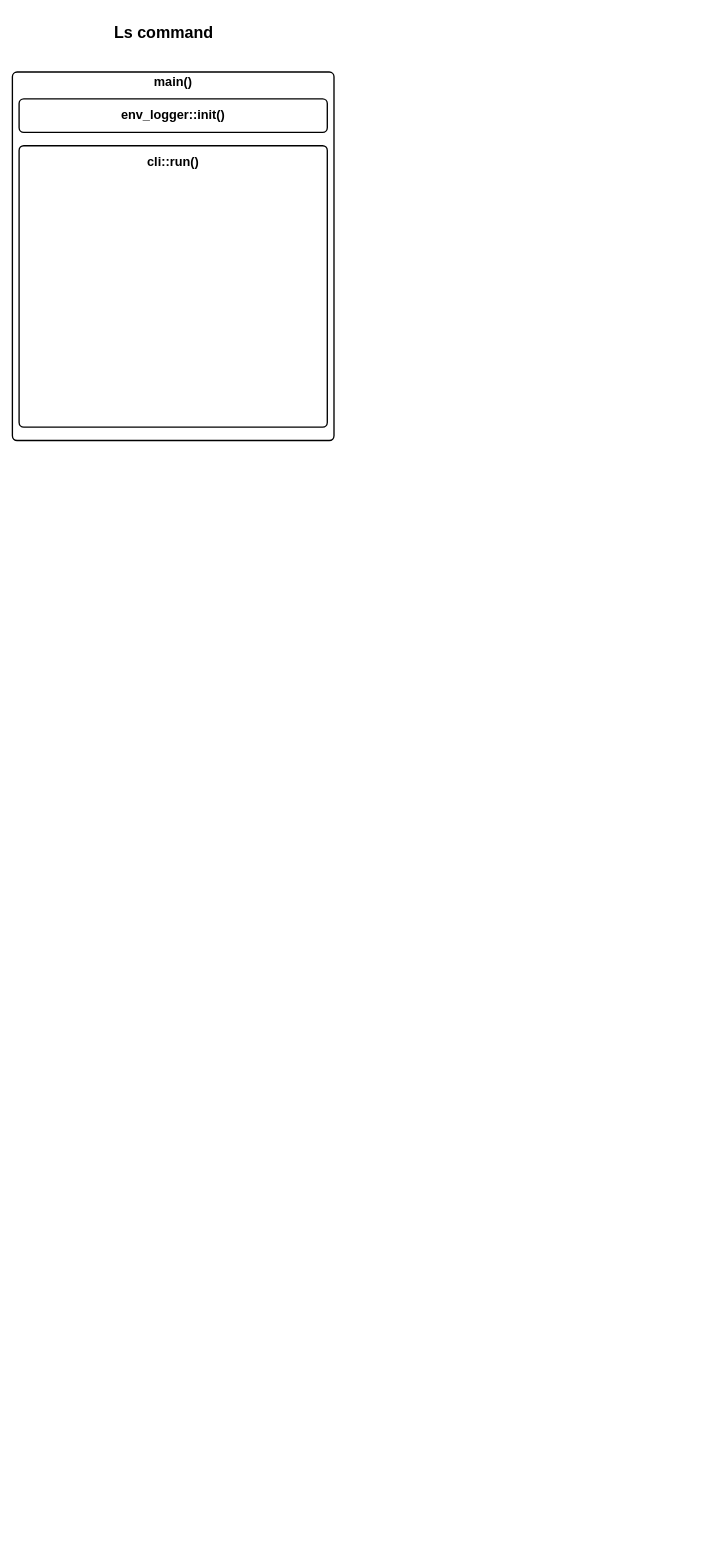
coffee-only/CalendarProject keeps this draw.io diagram as doc/diagrams/ls command for flow chart.drawio. Above is the earlier version. Source tidied: cells renumbered, new cells numbered last; positions are measured from the earlier drawing's top-left corner, leaving out a move shared by most shapes. Both pictures are drawn from the tidied source at 67%, with x=0, y=0 at pixel (12, 18).
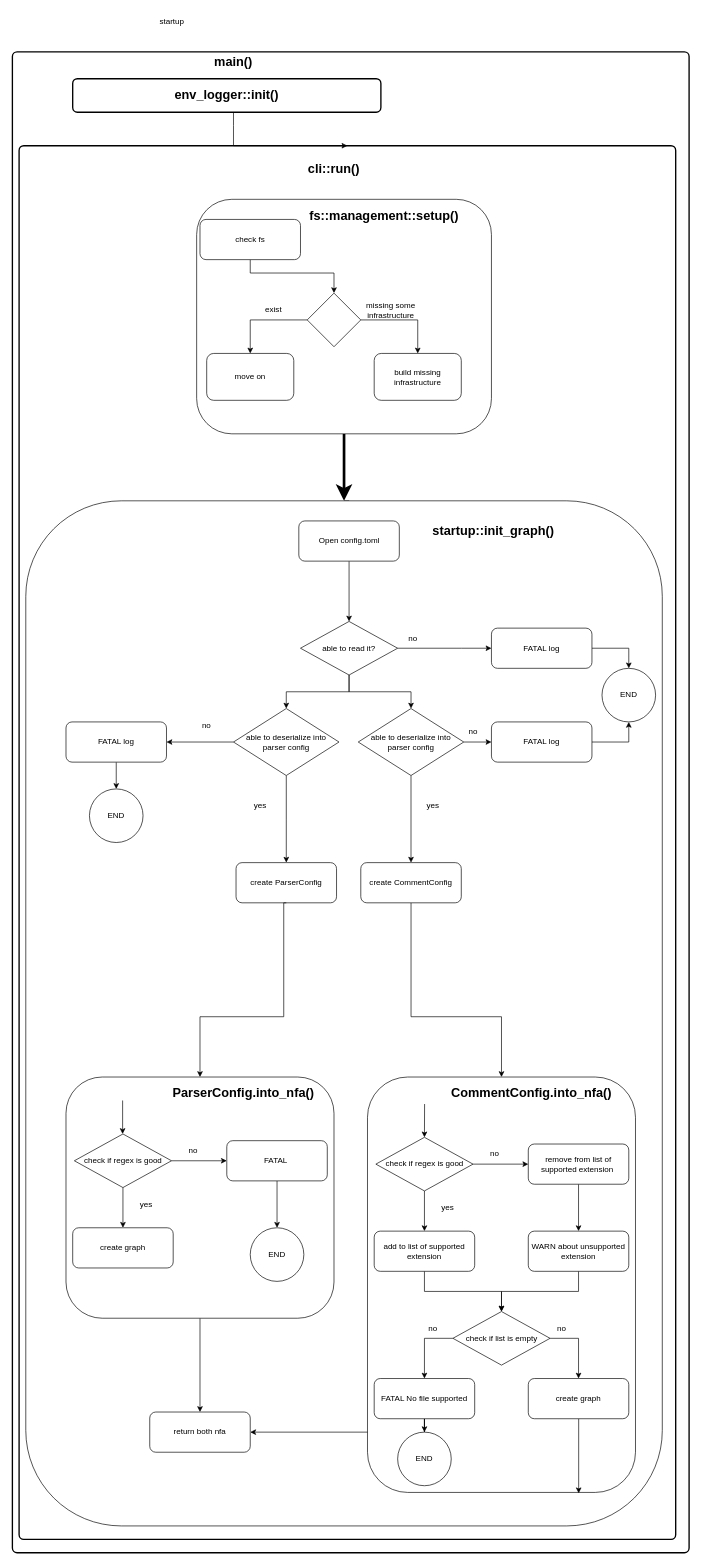
The same page after the edit.

Diff of the diagram source:
```diff
@@
     <mxCell id="2" style="rounded=1;whiteSpace=wrap;html=1;absoluteArcSize=1;arcSize=14;strokeWidth=2;" parent="1" vertex="1">
-      <mxGeometry y="80" width="480" height="550" as="geometry" />
+      <mxGeometry y="50" width="1010" height="2240" as="geometry" />
     </mxCell>
     <mxCell id="3" value="&lt;font style=&quot;font-size: 19px;&quot;&gt;&lt;b&gt;main()&lt;/b&gt;&lt;/font&gt;" style="text;html=1;align=center;verticalAlign=middle;whiteSpace=wrap;rounded=0;strokeWidth=7;" parent="1" vertex="1">
-      <mxGeometry x="210" y="80" width="60" height="30" as="geometry" />
+      <mxGeometry x="300" y="50" width="60" height="30" as="geometry" />
     </mxCell>
     <mxCell id="4" style="rounded=1;whiteSpace=wrap;html=1;absoluteArcSize=1;arcSize=14;strokeWidth=2;" parent="1" vertex="1">
-      <mxGeometry x="10" y="190" width="460" height="420" as="geometry" />
+      <mxGeometry x="10" y="190" width="980" height="2080" as="geometry" />
     </mxCell>
     <mxCell id="5" value="&lt;font style=&quot;font-size: 19px;&quot;&gt;&lt;b&gt;cli::run()&lt;/b&gt;&lt;/font&gt;" style="text;html=1;align=center;verticalAlign=middle;whiteSpace=wrap;rounded=0;strokeWidth=7;" parent="1" vertex="1">
-      <mxGeometry x="195" y="200" width="90" height="30" as="geometry" />
+      <mxGeometry x="435" y="210" width="90" height="30" as="geometry" />
     </mxCell>
+    <mxCell id="9" style="edgeStyle=orthogonalEdgeStyle;rounded=0;jettySize=auto;html=1;entryX=0.5;entryY=0;entryDx=0;entryDy=0;" parent="1" edge="1" source="6" target="4">
+      <mxGeometry relative="1" as="geometry">
+        <Array as="points">
+          <mxPoint x="330" y="160" />
+          <mxPoint x="330" y="160" />
+        </Array>
+      </mxGeometry>
+    </mxCell>
     <mxCell id="6" style="rounded=1;whiteSpace=wrap;html=1;absoluteArcSize=1;arcSize=14;strokeWidth=2;" parent="1" vertex="1">
-      <mxGeometry x="10" y="120" width="460" height="50" as="geometry" />
+      <mxGeometry x="90" y="90" width="460" height="50" as="geometry" />
     </mxCell>
     <mxCell id="7" value="&lt;font style=&quot;font-size: 19px;&quot;&gt;&lt;b&gt;env_logger::init()&lt;/b&gt;&lt;/font&gt;" style="text;html=1;align=center;verticalAlign=middle;whiteSpace=wrap;rounded=0;strokeWidth=7;" parent="1" vertex="1">
-      <mxGeometry x="195" y="130" width="90" height="30" as="geometry" />
+      <mxGeometry x="275" y="100" width="90" height="30" as="geometry" />
     </mxCell>
-    <mxCell id="8" value="&lt;h1 style=&quot;margin-top: 0px;&quot;&gt;Ls command&lt;/h1&gt;&lt;p&gt;&lt;br&gt;&lt;/p&gt;" style="text;html=1;whiteSpace=wrap;overflow=hidden;rounded=0;" parent="1" vertex="1">
-      <mxGeometry x="150" width="180" height="40" as="geometry" />
-    </mxCell>
+    <mxCell id="10" style="edgeStyle=orthogonalEdgeStyle;rounded=0;jettySize=auto;html=1;entryX=0.5;entryY=0;entryDx=0;entryDy=0;fontSize=22;strokeWidth=4;endSize=12;startSize=12;" parent="1" edge="1" source="11" target="24">
+      <mxGeometry relative="1" as="geometry" />
+    </mxCell>
+    <mxCell id="11" style="rounded=1;whiteSpace=wrap;html=1;" parent="1" vertex="1">
+      <mxGeometry x="275" y="270" width="440" height="350" as="geometry" />
+    </mxCell>
+    <mxCell id="12" value="&lt;font style=&quot;font-size: 19px;&quot;&gt;&lt;b&gt;fs::management::setup()&lt;/b&gt;&lt;/font&gt;" style="text;html=1;align=center;verticalAlign=middle;whiteSpace=wrap;rounded=0;strokeWidth=7;" parent="1" vertex="1">
+      <mxGeometry x="510" y="280" width="90" height="30" as="geometry" />
+    </mxCell>
+    <mxCell id="13" style="edgeStyle=orthogonalEdgeStyle;rounded=0;jettySize=auto;html=1;entryX=0.5;entryY=0;entryDx=0;entryDy=0;" parent="1" edge="1" source="14" target="17">
+      <mxGeometry relative="1" as="geometry">
+        <Array as="points">
+          <mxPoint x="355" y="380" />
+          <mxPoint x="480" y="380" />
+        </Array>
+      </mxGeometry>
+    </mxCell>
+    <mxCell id="14" value="check fs" style="rounded=1;whiteSpace=wrap;html=1;" parent="1" vertex="1">
+      <mxGeometry x="280" y="300" width="150" height="60" as="geometry" />
+    </mxCell>
+    <mxCell id="15" style="edgeStyle=orthogonalEdgeStyle;rounded=0;jettySize=auto;html=1;" parent="1" edge="1" source="17" target="18">
+      <mxGeometry relative="1" as="geometry" />
+    </mxCell>
+    <mxCell id="16" style="edgeStyle=orthogonalEdgeStyle;rounded=0;jettySize=auto;html=1;" parent="1" edge="1" source="17" target="20">
+      <mxGeometry relative="1" as="geometry" />
+    </mxCell>
+    <mxCell id="17" style="rhombus;whiteSpace=wrap;html=1;" parent="1" vertex="1">
+      <mxGeometry x="440" y="410" width="80" height="80" as="geometry" />
+    </mxCell>
+    <mxCell id="18" value="move on" style="whiteSpace=wrap;html=1;rounded=1;" parent="1" vertex="1">
+      <mxGeometry x="290" y="500" width="130" height="70" as="geometry" />
+    </mxCell>
+    <mxCell id="19" value="startup&amp;nbsp;" style="text;html=1;align=center;verticalAlign=middle;whiteSpace=wrap;rounded=0;" parent="1" vertex="1">
+      <mxGeometry x="210" y="-10" width="60" height="30" as="geometry" />
+    </mxCell>
+    <mxCell id="20" value="build missing infrastructure" style="whiteSpace=wrap;html=1;rounded=1;" parent="1" vertex="1">
+      <mxGeometry x="540" y="500" width="130" height="70" as="geometry" />
+    </mxCell>
+    <mxCell id="21" value="exist" style="text;html=1;align=center;verticalAlign=middle;whiteSpace=wrap;rounded=0;" parent="1" vertex="1">
+      <mxGeometry x="360" y="420" width="60" height="30" as="geometry" />
+    </mxCell>
+    <mxCell id="22" value="missing some infrastructure" style="text;html=1;align=center;verticalAlign=middle;whiteSpace=wrap;rounded=0;" parent="1" vertex="1">
+      <mxGeometry x="525" y="420" width="80" height="30" as="geometry" />
+    </mxCell>
+    <mxCell id="23" style="edgeStyle=orthogonalEdgeStyle;rounded=0;jettySize=auto;html=1;exitX=0.5;exitY=0;exitDx=0;exitDy=0;entryX=0.5;entryY=0;entryDx=0;entryDy=0;" parent="1" edge="1" source="24" target="27">
+      <mxGeometry relative="1" as="geometry" />
+    </mxCell>
+    <mxCell id="24" style="rounded=1;whiteSpace=wrap;html=1;" parent="1" vertex="1">
+      <mxGeometry x="20" y="720" width="950" height="1530" as="geometry" />
+    </mxCell>
+    <mxCell id="25" value="&lt;font style=&quot;font-size: 19px;&quot;&gt;&lt;b&gt;startup::init_graph()&lt;/b&gt;&lt;/font&gt;" style="text;html=1;align=center;verticalAlign=middle;whiteSpace=wrap;rounded=0;strokeWidth=7;" parent="1" vertex="1">
+      <mxGeometry x="672.5" y="750" width="90" height="30" as="geometry" />
+    </mxCell>
+    <mxCell id="26" style="edgeStyle=orthogonalEdgeStyle;rounded=0;jettySize=auto;html=1;entryX=0.5;entryY=0;entryDx=0;entryDy=0;" parent="1" edge="1" source="27" target="31">
+      <mxGeometry relative="1" as="geometry" />
+    </mxCell>
+    <mxCell id="27" value="Open config.toml" style="rounded=1;whiteSpace=wrap;html=1;" parent="1" vertex="1">
+      <mxGeometry x="427.5" y="750" width="150" height="60" as="geometry" />
+    </mxCell>
+    <mxCell id="28" style="edgeStyle=orthogonalEdgeStyle;rounded=0;jettySize=auto;html=1;entryX=0;entryY=0.5;entryDx=0;entryDy=0;" parent="1" edge="1" source="31" target="33">
+      <mxGeometry relative="1" as="geometry">
+        <Array as="points">
+          <mxPoint x="670" y="940" />
+          <mxPoint x="670" y="940" />
+        </Array>
+      </mxGeometry>
+    </mxCell>
+    <mxCell id="29" style="edgeStyle=orthogonalEdgeStyle;rounded=0;jettySize=auto;html=1;entryX=0.5;entryY=0;entryDx=0;entryDy=0;" parent="1" edge="1" source="31" target="41">
+      <mxGeometry relative="1" as="geometry" />
+    </mxCell>
+    <mxCell id="30" style="edgeStyle=orthogonalEdgeStyle;rounded=0;jettySize=auto;html=1;entryX=0.5;entryY=0;entryDx=0;entryDy=0;" parent="1" edge="1" source="31" target="86">
+      <mxGeometry relative="1" as="geometry" />
+    </mxCell>
+    <mxCell id="31" value="able to read it?" style="rhombus;whiteSpace=wrap;html=1;" parent="1" vertex="1">
+      <mxGeometry x="430" y="900" width="145" height="80" as="geometry" />
+    </mxCell>
+    <mxCell id="32" style="edgeStyle=orthogonalEdgeStyle;rounded=0;jettySize=auto;html=1;entryX=0.5;entryY=0;entryDx=0;entryDy=0;" parent="1" edge="1" source="33" target="34">
+      <mxGeometry relative="1" as="geometry" />
+    </mxCell>
+    <mxCell id="33" value="FATAL log" style="rounded=1;whiteSpace=wrap;html=1;" parent="1" vertex="1">
+      <mxGeometry x="715" y="910" width="150" height="60" as="geometry" />
+    </mxCell>
+    <mxCell id="34" value="END" style="ellipse;whiteSpace=wrap;html=1;" parent="1" vertex="1">
+      <mxGeometry x="880" y="970" width="80" height="80" as="geometry" />
+    </mxCell>
+    <mxCell id="35" value="create ParserConfig" style="rounded=1;whiteSpace=wrap;html=1;" parent="1" vertex="1">
+      <mxGeometry x="333.8" y="1260" width="150" height="60" as="geometry" />
+    </mxCell>
+    <mxCell id="36" style="edgeStyle=orthogonalEdgeStyle;rounded=0;jettySize=auto;html=1;entryX=0.5;entryY=0;entryDx=0;entryDy=0;" parent="1" edge="1" source="37" target="80">
+      <mxGeometry relative="1" as="geometry" />
+    </mxCell>
+    <mxCell id="37" style="rounded=1;whiteSpace=wrap;html=1;" parent="1" vertex="1">
+      <mxGeometry x="80" y="1580" width="400" height="360" as="geometry" />
+    </mxCell>
+    <mxCell id="38" style="edgeStyle=orthogonalEdgeStyle;rounded=0;jettySize=auto;html=1;entryX=0.5;entryY=0;entryDx=0;entryDy=0;" parent="1" edge="1" source="41" target="35">
+      <mxGeometry relative="1" as="geometry" />
+    </mxCell>
+    <mxCell id="39" style="edgeStyle=orthogonalEdgeStyle;rounded=0;jettySize=auto;html=1;exitX=0.5;exitY=1;exitDx=0;exitDy=0;" parent="1" edge="1" source="86" target="81">
+      <mxGeometry relative="1" as="geometry" />
+    </mxCell>
+    <mxCell id="40" style="edgeStyle=orthogonalEdgeStyle;rounded=0;jettySize=auto;html=1;" parent="1" edge="1" source="41" target="88">
+      <mxGeometry relative="1" as="geometry" />
+    </mxCell>
+    <mxCell id="41" value="able to deserialize into parser config" style="rhombus;whiteSpace=wrap;html=1;" parent="1" vertex="1">
+      <mxGeometry x="330" y="1030" width="157.5" height="100" as="geometry" />
+    </mxCell>
+    <mxCell id="42" style="edgeStyle=orthogonalEdgeStyle;rounded=0;jettySize=auto;html=1;entryX=0.5;entryY=0;entryDx=0;entryDy=0;exitX=0.5;exitY=1;exitDx=0;exitDy=0;" parent="1" edge="1" source="81" target="47">
+      <mxGeometry relative="1" as="geometry">
+        <Array as="points">
+          <mxPoint x="595" y="1490" />
+          <mxPoint x="730" y="1490" />
+        </Array>
+      </mxGeometry>
+    </mxCell>
+    <mxCell id="43" style="edgeStyle=orthogonalEdgeStyle;rounded=0;jettySize=auto;html=1;entryX=0.5;entryY=0;entryDx=0;entryDy=0;exitX=0.5;exitY=1;exitDx=0;exitDy=0;" parent="1" edge="1" source="35" target="37">
+      <mxGeometry relative="1" as="geometry">
+        <Array as="points">
+          <mxPoint x="405" y="1490" />
+          <mxPoint x="280" y="1490" />
+        </Array>
+      </mxGeometry>
+    </mxCell>
+    <mxCell id="44" value="no" style="text;html=1;align=center;verticalAlign=middle;whiteSpace=wrap;rounded=0;" parent="1" vertex="1">
+      <mxGeometry x="657.5" y="1050" width="60" height="30" as="geometry" />
+    </mxCell>
+    <mxCell id="45" value="no" style="text;html=1;align=center;verticalAlign=middle;whiteSpace=wrap;rounded=0;" parent="1" vertex="1">
+      <mxGeometry x="567.5" y="910" width="60" height="30" as="geometry" />
+    </mxCell>
+    <mxCell id="46" style="edgeStyle=orthogonalEdgeStyle;rounded=0;jettySize=auto;html=1;exitX=0.004;exitY=0.857;exitDx=0;exitDy=0;entryX=1;entryY=0.5;entryDx=0;entryDy=0;exitPerimeter=0;" parent="1" edge="1" source="47" target="80">
+      <mxGeometry relative="1" as="geometry">
+        <Array as="points">
+          <mxPoint x="730" y="2111" />
+        </Array>
+      </mxGeometry>
+    </mxCell>
+    <mxCell id="47" style="rounded=1;whiteSpace=wrap;html=1;" parent="1" vertex="1">
+      <mxGeometry x="530" y="1580" width="400" height="620" as="geometry" />
+    </mxCell>
+    <mxCell id="48" value="&lt;font style=&quot;font-size: 19px;&quot;&gt;&lt;b&gt;CommentConfig.into_nfa()&lt;/b&gt;&lt;/font&gt;" style="text;html=1;align=center;verticalAlign=middle;whiteSpace=wrap;rounded=0;strokeWidth=7;" parent="1" vertex="1">
+      <mxGeometry x="730" y="1590" width="90" height="30" as="geometry" />
+    </mxCell>
+    <mxCell id="49" value="&lt;font style=&quot;font-size: 19px;&quot;&gt;&lt;b&gt;ParserConfig.into_nfa()&lt;/b&gt;&lt;/font&gt;" style="text;html=1;align=center;verticalAlign=middle;whiteSpace=wrap;rounded=0;strokeWidth=7;" parent="1" vertex="1">
+      <mxGeometry x="300" y="1590" width="90" height="30" as="geometry" />
+    </mxCell>
+    <mxCell id="50" style="edgeStyle=orthogonalEdgeStyle;rounded=0;jettySize=auto;html=1;entryX=0.5;entryY=0;entryDx=0;entryDy=0;" parent="1" edge="1" source="51" target="58">
+      <mxGeometry relative="1" as="geometry" />
+    </mxCell>
+    <mxCell id="51" value="remove from list of supported extension&amp;nbsp;" style="rounded=1;whiteSpace=wrap;html=1;" parent="1" vertex="1">
+      <mxGeometry x="770" y="1680" width="150" height="60" as="geometry" />
+    </mxCell>
+    <mxCell id="52" style="edgeStyle=orthogonalEdgeStyle;rounded=0;jettySize=auto;html=1;entryX=0;entryY=0.5;entryDx=0;entryDy=0;" parent="1" edge="1" source="54" target="51">
+      <mxGeometry relative="1" as="geometry" />
+    </mxCell>
+    <mxCell id="53" style="edgeStyle=orthogonalEdgeStyle;rounded=0;jettySize=auto;html=1;entryX=0.5;entryY=0;entryDx=0;entryDy=0;" parent="1" edge="1" source="54" target="56">
+      <mxGeometry relative="1" as="geometry" />
+    </mxCell>
+    <mxCell id="54" value="check if regex is good" style="rhombus;whiteSpace=wrap;html=1;" parent="1" vertex="1">
+      <mxGeometry x="542.5" y="1670" width="145" height="80" as="geometry" />
+    </mxCell>
+    <mxCell id="55" style="edgeStyle=orthogonalEdgeStyle;rounded=0;jettySize=auto;html=1;" parent="1" edge="1" source="56" target="63">
+      <mxGeometry relative="1" as="geometry" />
+    </mxCell>
+    <mxCell id="56" value="add to list of supported extension" style="rounded=1;whiteSpace=wrap;html=1;" parent="1" vertex="1">
+      <mxGeometry x="540" y="1810" width="150" height="60" as="geometry" />
+    </mxCell>
+    <mxCell id="57" style="edgeStyle=orthogonalEdgeStyle;rounded=0;jettySize=auto;html=1;entryX=0.5;entryY=0;entryDx=0;entryDy=0;" parent="1" edge="1" source="58" target="63">
+      <mxGeometry relative="1" as="geometry" />
+    </mxCell>
+    <mxCell id="58" value="WARN about unsupported extension" style="rounded=1;whiteSpace=wrap;html=1;" parent="1" vertex="1">
+      <mxGeometry x="770" y="1810" width="150" height="60" as="geometry" />
+    </mxCell>
+    <mxCell id="59" value="no" style="text;html=1;align=center;verticalAlign=middle;whiteSpace=wrap;rounded=0;" parent="1" vertex="1">
+      <mxGeometry x="690" y="1680" width="60" height="30" as="geometry" />
+    </mxCell>
+    <mxCell id="60" value="yes" style="text;html=1;align=center;verticalAlign=middle;whiteSpace=wrap;rounded=0;" parent="1" vertex="1">
+      <mxGeometry x="620" y="1760" width="60" height="30" as="geometry" />
+    </mxCell>
+    <mxCell id="61" style="edgeStyle=orthogonalEdgeStyle;rounded=0;jettySize=auto;html=1;entryX=0.5;entryY=0;entryDx=0;entryDy=0;" parent="1" edge="1" source="63" target="67">
+      <mxGeometry relative="1" as="geometry">
+        <Array as="points">
+          <mxPoint x="615" y="1970" />
+        </Array>
+      </mxGeometry>
+    </mxCell>
+    <mxCell id="62" style="edgeStyle=orthogonalEdgeStyle;rounded=0;jettySize=auto;html=1;entryX=0.5;entryY=0;entryDx=0;entryDy=0;" parent="1" edge="1" source="63" target="65">
+      <mxGeometry relative="1" as="geometry">
+        <Array as="points">
+          <mxPoint x="845" y="1970" />
+        </Array>
+      </mxGeometry>
+    </mxCell>
+    <mxCell id="63" value="check if list is empty" style="rhombus;whiteSpace=wrap;html=1;" parent="1" vertex="1">
+      <mxGeometry x="657.5" y="1930" width="145" height="80" as="geometry" />
+    </mxCell>
+    <mxCell id="64" style="edgeStyle=orthogonalEdgeStyle;rounded=0;jettySize=auto;html=1;entryX=0.788;entryY=1.002;entryDx=0;entryDy=0;entryPerimeter=0;" parent="1" edge="1" source="65" target="47">
+      <mxGeometry relative="1" as="geometry">
+        <Array as="points">
+          <mxPoint x="845" y="2198" />
+        </Array>
+      </mxGeometry>
+    </mxCell>
+    <mxCell id="65" value="create graph" style="rounded=1;whiteSpace=wrap;html=1;" parent="1" vertex="1">
+      <mxGeometry x="770" y="2030" width="150" height="60" as="geometry" />
+    </mxCell>
+    <mxCell id="66" style="edgeStyle=orthogonalEdgeStyle;rounded=0;jettySize=auto;html=1;" parent="1" edge="1" source="67" target="70">
+      <mxGeometry relative="1" as="geometry" />
+    </mxCell>
+    <mxCell id="67" value="FATAL No file supported" style="rounded=1;whiteSpace=wrap;html=1;" parent="1" vertex="1">
+      <mxGeometry x="540" y="2030" width="150" height="60" as="geometry" />
+    </mxCell>
+    <mxCell id="68" value="no" style="text;html=1;align=center;verticalAlign=middle;whiteSpace=wrap;rounded=0;" parent="1" vertex="1">
+      <mxGeometry x="790" y="1940" width="60" height="30" as="geometry" />
+    </mxCell>
+    <mxCell id="69" value="no" style="text;html=1;align=center;verticalAlign=middle;whiteSpace=wrap;rounded=0;" parent="1" vertex="1">
+      <mxGeometry x="597.5" y="1940" width="60" height="30" as="geometry" />
+    </mxCell>
+    <mxCell id="70" value="END" style="ellipse;whiteSpace=wrap;html=1;" parent="1" vertex="1">
+      <mxGeometry x="575" y="2110" width="80" height="80" as="geometry" />
+    </mxCell>
+    <mxCell id="71" style="edgeStyle=orthogonalEdgeStyle;rounded=0;jettySize=auto;html=1;entryX=0.5;entryY=0;entryDx=0;entryDy=0;" parent="1" edge="1" source="72" target="79">
+      <mxGeometry relative="1" as="geometry" />
+    </mxCell>
+    <mxCell id="72" value="FATAL&amp;nbsp;" style="rounded=1;whiteSpace=wrap;html=1;" parent="1" vertex="1">
+      <mxGeometry x="320" y="1675" width="150" height="60" as="geometry" />
+    </mxCell>
+    <mxCell id="73" style="edgeStyle=orthogonalEdgeStyle;rounded=0;jettySize=auto;html=1;entryX=0;entryY=0.5;entryDx=0;entryDy=0;" parent="1" edge="1" source="75" target="72">
+      <mxGeometry relative="1" as="geometry" />
+    </mxCell>
+    <mxCell id="74" style="edgeStyle=orthogonalEdgeStyle;rounded=0;jettySize=auto;html=1;entryX=0.5;entryY=0;entryDx=0;entryDy=0;" parent="1" edge="1" source="75" target="76">
+      <mxGeometry relative="1" as="geometry" />
+    </mxCell>
+    <mxCell id="75" value="check if regex is good" style="rhombus;whiteSpace=wrap;html=1;" parent="1" vertex="1">
+      <mxGeometry x="92.5" y="1665" width="145" height="80" as="geometry" />
+    </mxCell>
+    <mxCell id="76" value="create graph" style="rounded=1;whiteSpace=wrap;html=1;" parent="1" vertex="1">
+      <mxGeometry x="90" y="1805" width="150" height="60" as="geometry" />
+    </mxCell>
+    <mxCell id="77" value="no" style="text;html=1;align=center;verticalAlign=middle;whiteSpace=wrap;rounded=0;" parent="1" vertex="1">
+      <mxGeometry x="240" y="1675" width="60" height="30" as="geometry" />
+    </mxCell>
+    <mxCell id="78" value="yes" style="text;html=1;align=center;verticalAlign=middle;whiteSpace=wrap;rounded=0;" parent="1" vertex="1">
+      <mxGeometry x="170" y="1755" width="60" height="30" as="geometry" />
+    </mxCell>
+    <mxCell id="79" value="END" style="ellipse;whiteSpace=wrap;html=1;" parent="1" vertex="1">
+      <mxGeometry x="355" y="1805" width="80" height="80" as="geometry" />
+    </mxCell>
+    <mxCell id="80" value="return both nfa" style="rounded=1;whiteSpace=wrap;html=1;" parent="1" vertex="1">
+      <mxGeometry x="205" y="2080" width="150" height="60" as="geometry" />
+    </mxCell>
+    <mxCell id="81" value="create CommentConfig" style="rounded=1;whiteSpace=wrap;html=1;" parent="1" vertex="1">
+      <mxGeometry x="520" y="1260" width="150" height="60" as="geometry" />
+    </mxCell>
+    <mxCell id="82" style="endArrow=classic;html=1;rounded=0;entryX=0.5;entryY=0;entryDx=0;entryDy=0;exitX=0.213;exitY=0.065;exitDx=0;exitDy=0;exitPerimeter=0;" parent="1" edge="1" source="47" target="54">
+      <mxGeometry relative="1" as="geometry" />
+    </mxCell>
+    <mxCell id="83" style="endArrow=classic;html=1;rounded=0;entryX=0.5;entryY=0;entryDx=0;entryDy=0;exitX=0.213;exitY=0.065;exitDx=0;exitDy=0;exitPerimeter=0;" parent="1" edge="1">
+      <mxGeometry relative="1" as="geometry">
+        <mxPoint x="164.5" y="1615" as="sourcePoint" />
+        <mxPoint x="164.5" y="1665" as="targetPoint" />
+      </mxGeometry>
+    </mxCell>
+    <mxCell id="84" value="no" style="text;html=1;align=center;verticalAlign=middle;whiteSpace=wrap;rounded=0;" parent="1" vertex="1">
+      <mxGeometry x="260" y="1040" width="60" height="30" as="geometry" />
+    </mxCell>
+    <mxCell id="85" style="edgeStyle=orthogonalEdgeStyle;rounded=0;jettySize=auto;html=1;entryX=0;entryY=0.5;entryDx=0;entryDy=0;" parent="1" edge="1" source="86" target="90">
+      <mxGeometry relative="1" as="geometry" />
+    </mxCell>
+    <mxCell id="86" value="able to deserialize into parser config" style="rhombus;whiteSpace=wrap;html=1;" parent="1" vertex="1">
+      <mxGeometry x="516.2" y="1030" width="157.5" height="100" as="geometry" />
+    </mxCell>
+    <mxCell id="87" style="edgeStyle=orthogonalEdgeStyle;rounded=0;jettySize=auto;html=1;entryX=0.5;entryY=0;entryDx=0;entryDy=0;" parent="1" edge="1" source="88" target="93">
+      <mxGeometry relative="1" as="geometry" />
+    </mxCell>
+    <mxCell id="88" value="FATAL log" style="rounded=1;whiteSpace=wrap;html=1;" parent="1" vertex="1">
+      <mxGeometry x="80" y="1050" width="150" height="60" as="geometry" />
+    </mxCell>
+    <mxCell id="89" style="edgeStyle=orthogonalEdgeStyle;rounded=0;jettySize=auto;html=1;entryX=0.5;entryY=1;entryDx=0;entryDy=0;" parent="1" edge="1" source="90" target="34">
+      <mxGeometry relative="1" as="geometry" />
+    </mxCell>
+    <mxCell id="90" value="FATAL log" style="rounded=1;whiteSpace=wrap;html=1;" parent="1" vertex="1">
+      <mxGeometry x="715" y="1050" width="150" height="60" as="geometry" />
+    </mxCell>
+    <mxCell id="91" value="yes" style="text;html=1;align=center;verticalAlign=middle;whiteSpace=wrap;rounded=0;" parent="1" vertex="1">
+      <mxGeometry x="597.5" y="1160" width="60" height="30" as="geometry" />
+    </mxCell>
+    <mxCell id="92" value="yes" style="text;html=1;align=center;verticalAlign=middle;whiteSpace=wrap;rounded=0;" parent="1" vertex="1">
+      <mxGeometry x="340" y="1160" width="60" height="30" as="geometry" />
+    </mxCell>
+    <mxCell id="93" value="END" style="ellipse;whiteSpace=wrap;html=1;" parent="1" vertex="1">
+      <mxGeometry x="115" y="1150" width="80" height="80" as="geometry" />
+    </mxCell>
```
